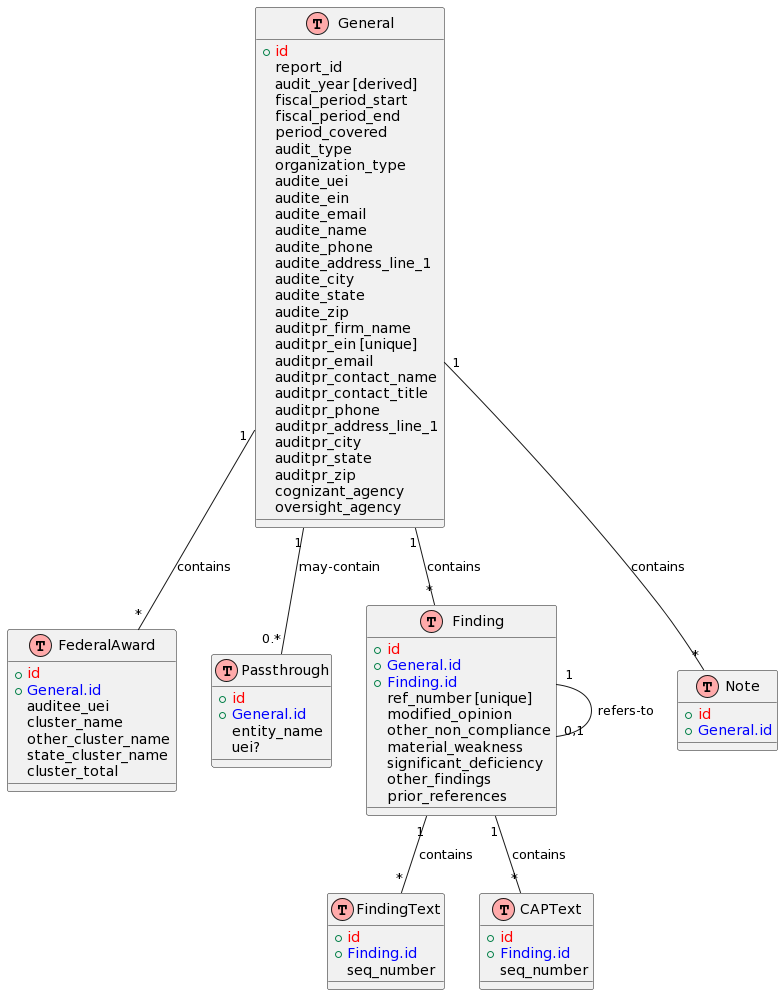
Earlier version of the PlantUML export docs/architecture/diagrams/data-model/Data Model.png (GSA-TTS/FAC).
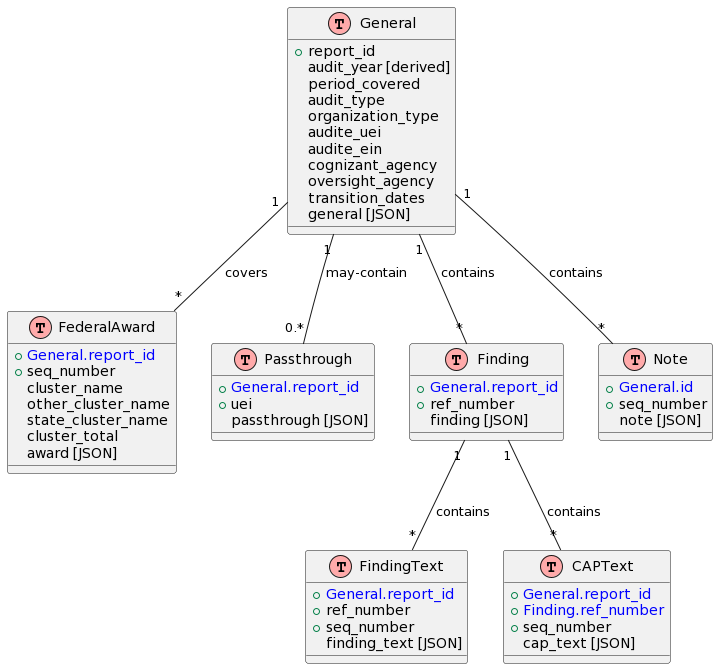
After the commit.

Commit message:
Use natural keys if they exist

Diff of the diagram source:
```diff
@@ -6,94 +6,70 @@
 hide empty attributes
 
 TABLE(General, "General") {
-  + PRIMARY_KEY(id)
-  report_id
+  + report_id
   audit_year [derived]
-  fiscal_period_start
-  fiscal_period_end
   period_covered
   audit_type
   organization_type
   audite_uei
   audite_ein
-  audite_email
-  audite_name
-  audite_phone
-  audite_address_line_1
-  audite_city
-  audite_state
-  audite_zip
-  auditpr_firm_name
-  auditpr_ein [unique]
-  auditpr_email
-  auditpr_contact_name
-  auditpr_contact_title
-  auditpr_phone
-  auditpr_address_line_1
-  auditpr_city
-  auditpr_state
-  auditpr_zip
   cognizant_agency
   oversight_agency
-
+  transition_dates
+  general [JSON]
 }
 
 
 
 TABLE(Award, "FederalAward") {
-  + PRIMARY_KEY(id)
-  + FOREIGN_KEY(General.id)
-  auditee_uei
+  + FOREIGN_KEY(General.report_id)
+  + seq_number
   cluster_name
   other_cluster_name
   state_cluster_name
   cluster_total
+  award [JSON]
 }
 
 TABLE(Passthrough, "Passthrough") {
-  + PRIMARY_KEY(id)
-  + FOREIGN_KEY(General.id)
-  entity_name
-  uei?
+  + FOREIGN_KEY(General.report_id)
+  + uei
+  passthrough [JSON]
 }
 
 
 TABLE(Finding, "Finding") {
-  + PRIMARY_KEY(id)
+  + FOREIGN_KEY(General.report_id)
+  + ref_number
+  finding [JSON]
+}
+
+TABLE(Note, "Note") {
   + FOREIGN_KEY(General.id)
-  + FOREIGN_KEY(Finding.id)
-  ref_number [unique]
-  modified_opinion
-  other_non_compliance
-  material_weakness
-  significant_deficiency
-  other_findings
-  prior_references
-}
-TABLE(Note, "Note") {
-  + PRIMARY_KEY(id)
-  + FOREIGN_KEY(General.id)
+  + seq_number
+  note [JSON]
 }
 
 
 TABLE(FindingText, "FindingText") {
-  + PRIMARY_KEY(id)
-  + FOREIGN_KEY(Finding.id)
-  seq_number
+  + FOREIGN_KEY(General.report_id)
+  + ref_number
+  + seq_number
+  finding_text [JSON]
 }
 
 TABLE(CAPText, "CAPText") {
-  + PRIMARY_KEY(id)
-  + FOREIGN_KEY(Finding.id)
-  seq_number
+  + FOREIGN_KEY(General.report_id)
+  + FOREIGN_KEY(Finding.ref_number)
+  + seq_number
+  cap_text [JSON]
 }
 
 
-General "1" -- "*" Award : contains
+General "1" -- "*" Award : covers
 General "1" -- "0.*" Passthrough : may-contain
 General "1" -- "*" Finding : contains
 Finding "1" -- "*" FindingText : contains
 Finding "1" -- "*" CAPText : contains
-Finding "1" -- "0,1" Finding : refers-to
 General "1" -- "*" Note : contains
 @enduml
```
